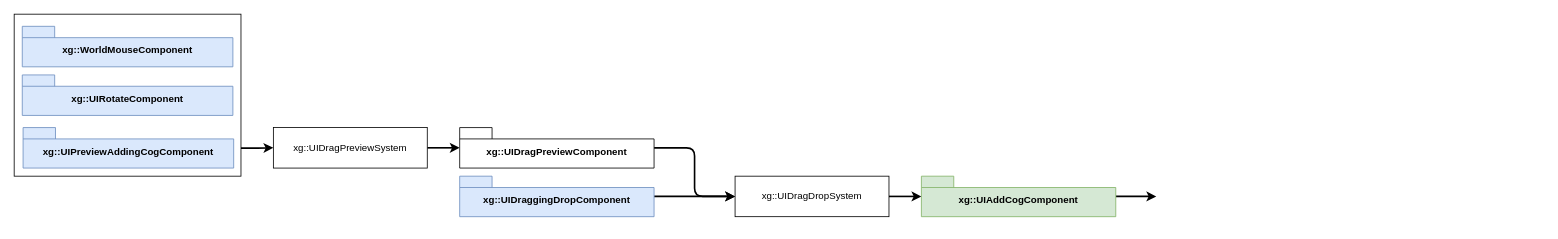
Before: design/preview.drawio in djfooks-kl/breadboard, a draw.io diagram. Source tidied: cells renumbered, new cells numbered last; positions are measured from the earlier drawing's top-left corner, leaving out a move shared by most shapes. Both pictures are drawn from the tidied source at 81%, with x=0, y=0 at pixel (14, 14).
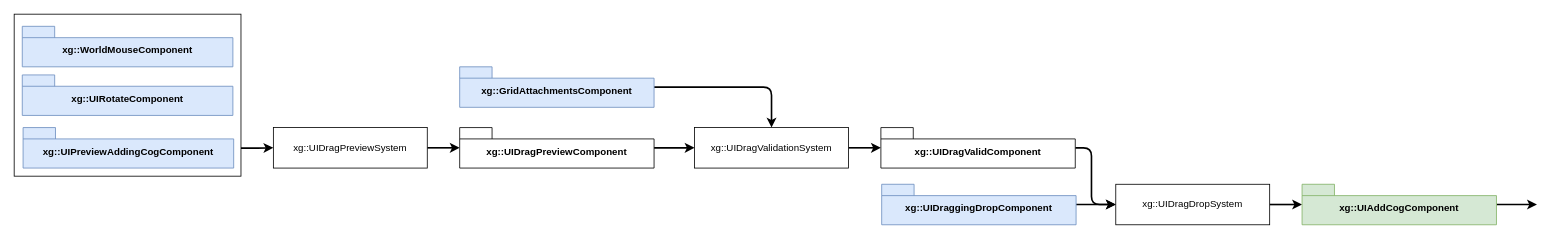
The same page after the edit.

Unchanged cells that the change refers to:
```xml
<mxCell id="9" value="xg::UIDragPreviewComponent" style="shape=folder;fontStyle=1;spacingTop=10;tabWidth=40;tabHeight=14;tabPosition=left;html=1;whiteSpace=wrap;" parent="1" vertex="1">
  <mxGeometry x="550" y="140" width="240" height="50" as="geometry" />
</mxCell>
```

What changed in the source:
```diff
@@
-    <mxCell id="6" style="edgeStyle=orthogonalEdgeStyle;shape=connector;curved=0;rounded=1;jettySize=auto;html=1;strokeColor=default;strokeWidth=2;align=center;verticalAlign=middle;fontFamily=Helvetica;fontSize=11;fontColor=default;labelBackgroundColor=default;endArrow=classic;" parent="1" edge="1" source="7" target="13">
-      <mxGeometry relative="1" as="geometry" />
+    <mxCell id="6" style="edgeStyle=orthogonalEdgeStyle;shape=connector;curved=0;rounded=1;jettySize=auto;html=1;strokeColor=default;strokeWidth=2;align=center;verticalAlign=middle;fontFamily=Helvetica;fontSize=11;fontColor=default;labelBackgroundColor=default;endArrow=classic;" parent="1" edge="1" source="7">
+      <mxGeometry relative="1" as="geometry">
+        <mxPoint x="1360" y="235" as="targetPoint" />
+      </mxGeometry>
     </mxCell>
     <mxCell id="7" value="xg::UIDraggingDropComponent" style="shape=folder;fontStyle=1;spacingTop=10;tabWidth=40;tabHeight=14;tabPosition=left;html=1;whiteSpace=wrap;fillColor=#dae8fc;strokeColor=#6c8ebf;" parent="1" vertex="1">
-      <mxGeometry x="550" y="200" width="240" height="50" as="geometry" />
+      <mxGeometry x="1071" y="210" width="240" height="50" as="geometry" />
     </mxCell>
-    <mxCell id="8" style="edgeStyle=orthogonalEdgeStyle;shape=connector;curved=0;rounded=1;jettySize=auto;html=1;strokeColor=default;strokeWidth=2;align=center;verticalAlign=middle;fontFamily=Helvetica;fontSize=11;fontColor=default;labelBackgroundColor=default;endArrow=classic;" parent="1" edge="1" source="9" target="13">
-      <mxGeometry relative="1" as="geometry">
-        <Array as="points">
-          <mxPoint x="840" y="165" />
-          <mxPoint x="840" y="225" />
-        </Array>
-      </mxGeometry>
-    </mxCell>
+    <mxCell id="17" style="edgeStyle=orthogonalEdgeStyle;shape=connector;curved=0;rounded=1;jettySize=auto;html=1;strokeColor=default;strokeWidth=2;align=center;verticalAlign=middle;fontFamily=Helvetica;fontSize=11;fontColor=default;labelBackgroundColor=default;endArrow=classic;" parent="1" edge="1" source="9" target="19">
+      <mxGeometry relative="1" as="geometry" />
+    </mxCell>
@@
     <mxCell id="13" value="xg::UIDragDropSystem" style="html=1;whiteSpace=wrap;" parent="1" vertex="1">
-      <mxGeometry x="890" y="200" width="190" height="50" as="geometry" />
+      <mxGeometry x="1360" y="210" width="190" height="50" as="geometry" />
     </mxCell>
@@
     <mxCell id="15" style="edgeStyle=orthogonalEdgeStyle;shape=connector;curved=0;rounded=1;jettySize=auto;html=1;strokeColor=default;strokeWidth=2;align=center;verticalAlign=middle;fontFamily=Helvetica;fontSize=11;fontColor=default;labelBackgroundColor=default;endArrow=classic;" parent="1" edge="1" source="16">
       <mxGeometry relative="1" as="geometry">
-        <mxPoint x="1410" y="225" as="targetPoint" />
+        <mxPoint x="1880" y="235" as="targetPoint" />
       </mxGeometry>
     </mxCell>
     <mxCell id="16" value="xg::UIAddCogComponent" style="shape=folder;fontStyle=1;spacingTop=10;tabWidth=40;tabHeight=14;tabPosition=left;html=1;whiteSpace=wrap;fillColor=#d5e8d4;strokeColor=#82b366;" parent="1" vertex="1">
-      <mxGeometry x="1120" y="200" width="240" height="50" as="geometry" />
+      <mxGeometry x="1590" y="210" width="240" height="50" as="geometry" />
     </mxCell>
+    <mxCell id="18" style="edgeStyle=orthogonalEdgeStyle;shape=connector;curved=0;rounded=1;jettySize=auto;html=1;strokeColor=default;strokeWidth=2;align=center;verticalAlign=middle;fontFamily=Helvetica;fontSize=11;fontColor=default;labelBackgroundColor=default;endArrow=classic;" parent="1" edge="1" source="19" target="21">
+      <mxGeometry relative="1" as="geometry" />
+    </mxCell>
+    <mxCell id="19" value="xg::UIDragValidationSystem" style="html=1;whiteSpace=wrap;" parent="1" vertex="1">
+      <mxGeometry x="840" y="140" width="190" height="50" as="geometry" />
+    </mxCell>
+    <mxCell id="20" style="edgeStyle=orthogonalEdgeStyle;shape=connector;curved=0;rounded=1;jettySize=auto;html=1;strokeColor=default;strokeWidth=2;align=center;verticalAlign=middle;fontFamily=Helvetica;fontSize=11;fontColor=default;labelBackgroundColor=default;endArrow=classic;" parent="1" edge="1" source="21" target="13">
+      <mxGeometry relative="1" as="geometry">
+        <Array as="points">
+          <mxPoint x="1330" y="165" />
+          <mxPoint x="1330" y="235" />
+        </Array>
+      </mxGeometry>
+    </mxCell>
+    <mxCell id="21" value="xg::UIDragValidComponent" style="shape=folder;fontStyle=1;spacingTop=10;tabWidth=40;tabHeight=14;tabPosition=left;html=1;whiteSpace=wrap;" parent="1" vertex="1">
+      <mxGeometry x="1070" y="140" width="240" height="50" as="geometry" />
+    </mxCell>
+    <mxCell id="22" style="edgeStyle=orthogonalEdgeStyle;shape=connector;curved=0;rounded=1;jettySize=auto;html=1;strokeColor=default;strokeWidth=2;align=center;verticalAlign=middle;fontFamily=Helvetica;fontSize=11;fontColor=default;labelBackgroundColor=default;endArrow=classic;" parent="1" edge="1" source="23" target="19">
+      <mxGeometry relative="1" as="geometry" />
+    </mxCell>
+    <mxCell id="23" value="xg::GridAttachmentsComponent" style="shape=folder;fontStyle=1;spacingTop=10;tabWidth=40;tabHeight=14;tabPosition=left;html=1;whiteSpace=wrap;fillColor=#dae8fc;strokeColor=#6c8ebf;" parent="1" vertex="1">
+      <mxGeometry x="550" y="65" width="240" height="50" as="geometry" />
+    </mxCell>
```
